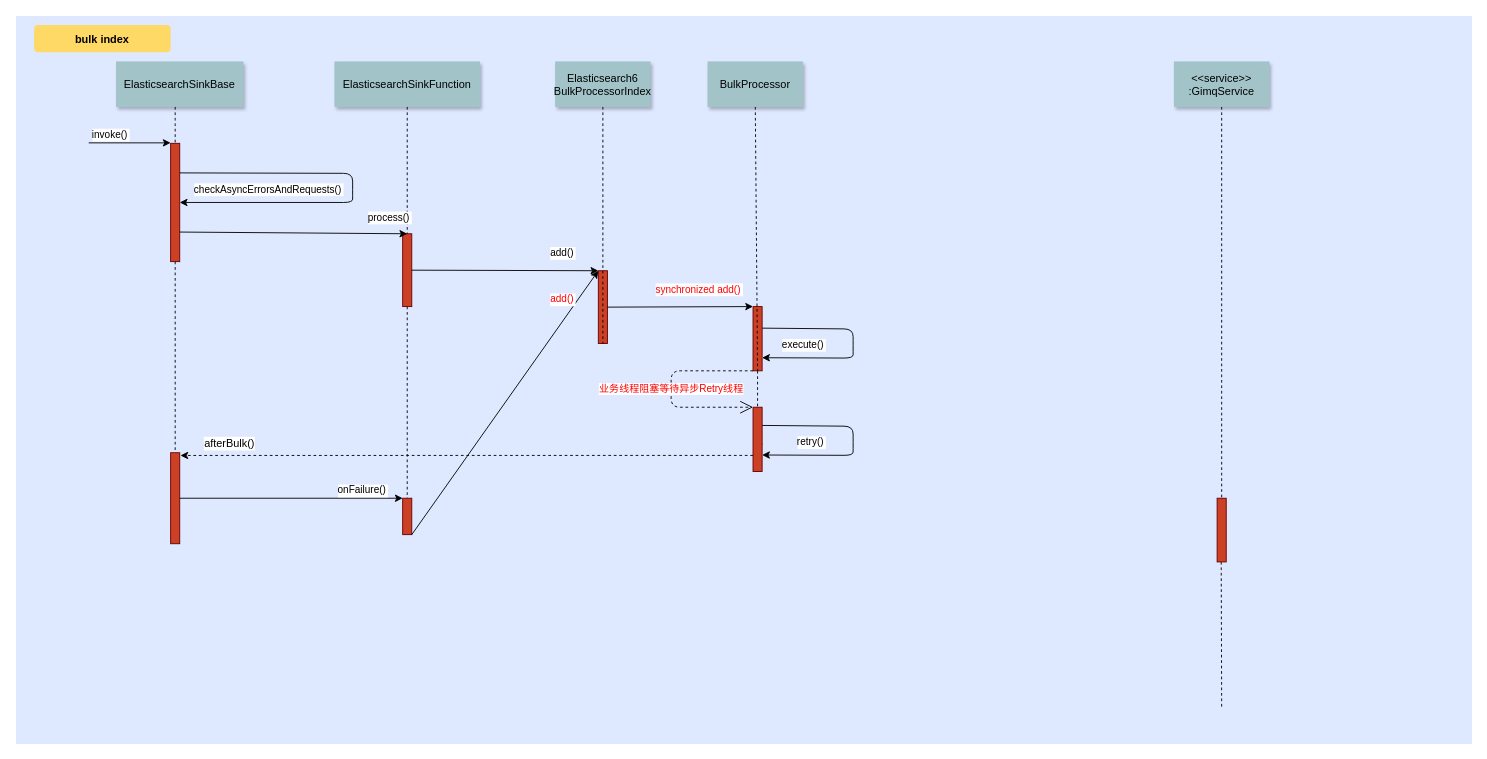
weizheng1990s/Diagram keeps this draw.io diagram as flink-connector-es-sequence2.drawio. Above is the earlier version. Source tidied: cells renumbered, new cells numbered last; positions are measured from the earlier drawing's top-left corner, leaving out a move shared by most shapes. Both pictures are drawn from the tidied source at 91%, with x=0, y=0 at pixel (15, 15).
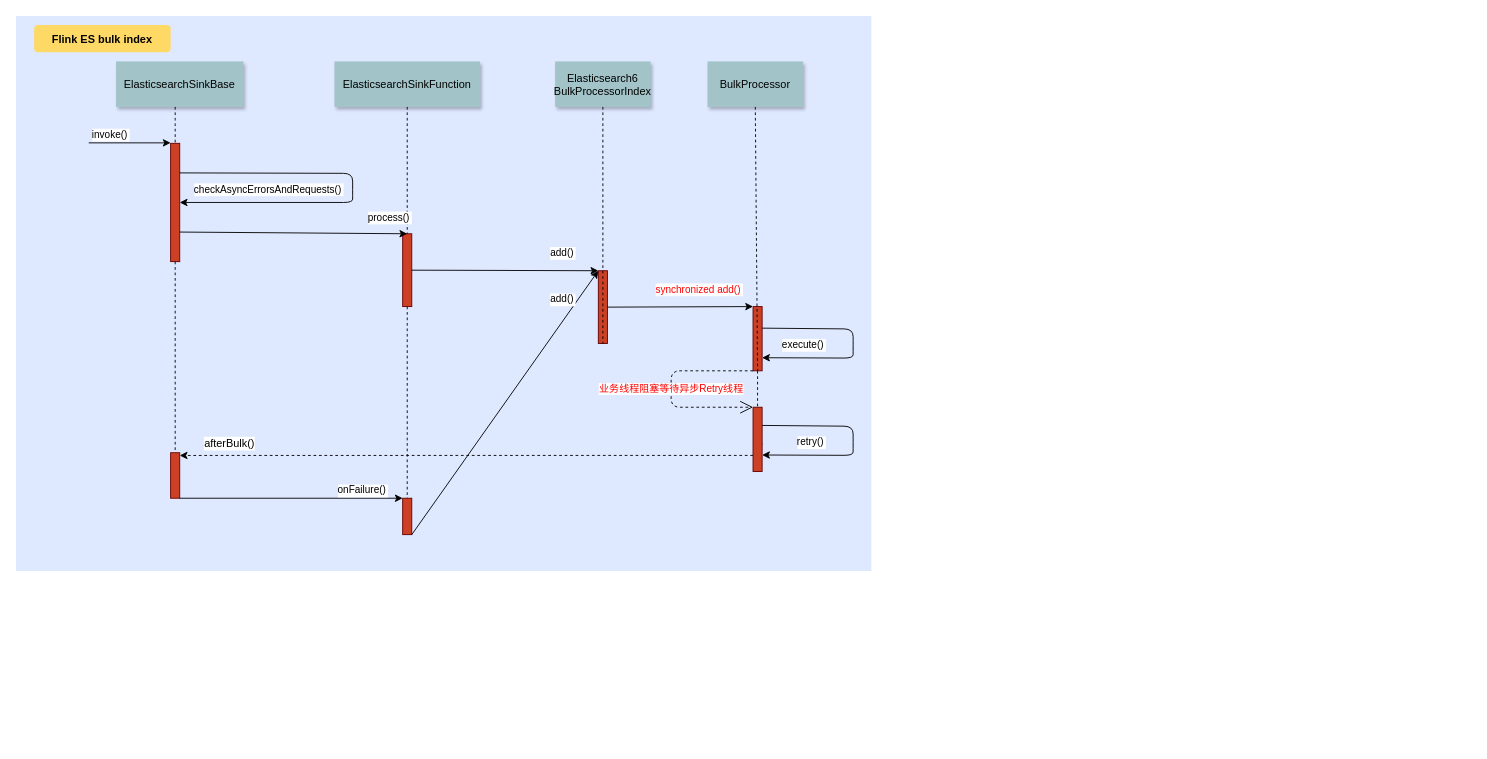
The same page after the edit.

Unchanged cells that the change refers to:
```xml
<mxCell id="17" style="fillColor=#CC4125;strokeColor=#660000;" parent="1" vertex="1">
  <mxGeometry x="425" y="530" width="10" height="40" as="geometry" />
</mxCell>
<mxCell id="31" style="fillColor=#CC4125;strokeColor=#660000;" parent="1" vertex="1">
  <mxGeometry x="810" y="430" width="10" height="70.6" as="geometry" />
</mxCell>
```

Change to the diagram source:
```diff
@@
     <mxCell id="2" style="fillColor=#DEE8FF;strokeColor=none;" parent="1" vertex="1">
-      <mxGeometry width="1600" height="800" as="geometry" />
+      <mxGeometry width="940" height="610" as="geometry" />
     </mxCell>
-    <mxCell id="3" style="edgeStyle=elbowEdgeStyle;elbow=horizontal;endArrow=none;dashed=1;" parent="1" edge="1">
-      <mxGeometry x="1460" y="437.9" as="geometry">
-        <mxPoint x="1324.5" y="600" as="sourcePoint" />
-        <mxPoint x="1324.5" y="760" as="targetPoint" />
-      </mxGeometry>
-    </mxCell>
@@
     <mxCell id="15" style="fillColor=#CC4125;strokeColor=#660000;" parent="1" vertex="1">
-      <mxGeometry x="170" y="480" width="10" height="100" as="geometry" />
+      <mxGeometry x="170" y="480" width="10" height="50" as="geometry" />
     </mxCell>
@@
-    <mxCell id="19" style="fillColor=#CC4125;strokeColor=#660000;" parent="1" vertex="1">
-      <mxGeometry x="1320" y="530" width="10" height="70" as="geometry" />
-    </mxCell>
-    <mxCell id="20" value="&lt;&lt;service&gt;&gt;&#10;:GimqService" style="shadow=1;fillColor=#A2C4C9;strokeColor=none;" parent="1" vertex="1">
-      <mxGeometry x="1272.5" y="50" width="105" height="50" as="geometry" />
-    </mxCell>
-    <mxCell id="21" style="edgeStyle=none;endArrow=none;dashed=1;" parent="1" edge="1" source="20" target="19">
-      <mxGeometry x="1174.1" y="210" as="geometry" />
-    </mxCell>
-    <mxCell id="22" value="bulk index" style="rounded=1;fontStyle=1;fillColor=#FFD966;strokeColor=none;" parent="1" vertex="1">
+    <mxCell id="22" value="Flink ES bulk index" style="rounded=1;fontStyle=1;fillColor=#FFD966;strokeColor=none;" parent="1" vertex="1">
       <mxGeometry x="20" y="10" width="150" height="30" as="geometry" />
     </mxCell>
@@
-    <mxCell id="35" value="onFailure()" style="edgeStyle=none;verticalLabelPosition=top;verticalAlign=bottom;entryX=0;entryY=0;entryDx=0;entryDy=0;exitX=1;exitY=0.5;exitDx=0;exitDy=0;" parent="1" edge="1" source="15" target="17">
+    <mxCell id="35" value="onFailure()" style="edgeStyle=none;verticalLabelPosition=top;verticalAlign=bottom;entryX=0;entryY=0;entryDx=0;entryDy=0;exitX=1;exitY=1;exitDx=0;exitDy=0;" parent="1" edge="1" source="15" target="17">
       <mxGeometry as="geometry">
         <mxPoint x="78" as="offset" />
       </mxGeometry>
     </mxCell>
@@
-    <mxCell id="37" style="edgeStyle=elbowEdgeStyle;elbow=vertical;dashed=1;verticalLabelPosition=bottom;verticalAlign=top;exitX=0;exitY=0.75;exitDx=0;exitDy=0;entryX=0.113;entryY=0.604;entryDx=0;entryDy=0;entryPerimeter=0;" parent="1" edge="1" source="31" target="2">
+    <mxCell id="37" style="edgeStyle=elbowEdgeStyle;elbow=vertical;dashed=1;verticalLabelPosition=bottom;verticalAlign=top;exitX=0;exitY=0.75;exitDx=0;exitDy=0;" parent="1" edge="1" source="31">
       <mxGeometry x="530" y="549.1" as="geometry">
+        <mxPoint x="180" y="483" as="targetPoint" />
         <Array as="points">
           <mxPoint x="390" y="483" />
           <mxPoint x="580" y="483" />
         </Array>
       </mxGeometry>
     </mxCell>
-    <mxCell id="38" value="add()" style="edgeStyle=none;verticalLabelPosition=top;verticalAlign=bottom;exitX=1;exitY=1;exitDx=0;exitDy=0;fontColor=#FF0000;" parent="1" edge="1" source="17">
+    <mxCell id="38" value="add()" style="edgeStyle=none;verticalLabelPosition=top;verticalAlign=bottom;exitX=1;exitY=1;exitDx=0;exitDy=0;" parent="1" edge="1" source="17">
       <mxGeometry as="geometry">
         <mxPoint x="640" y="280" as="targetPoint" />
         <mxPoint x="63" y="-105" as="offset" />
       </mxGeometry>
     </mxCell>
```
